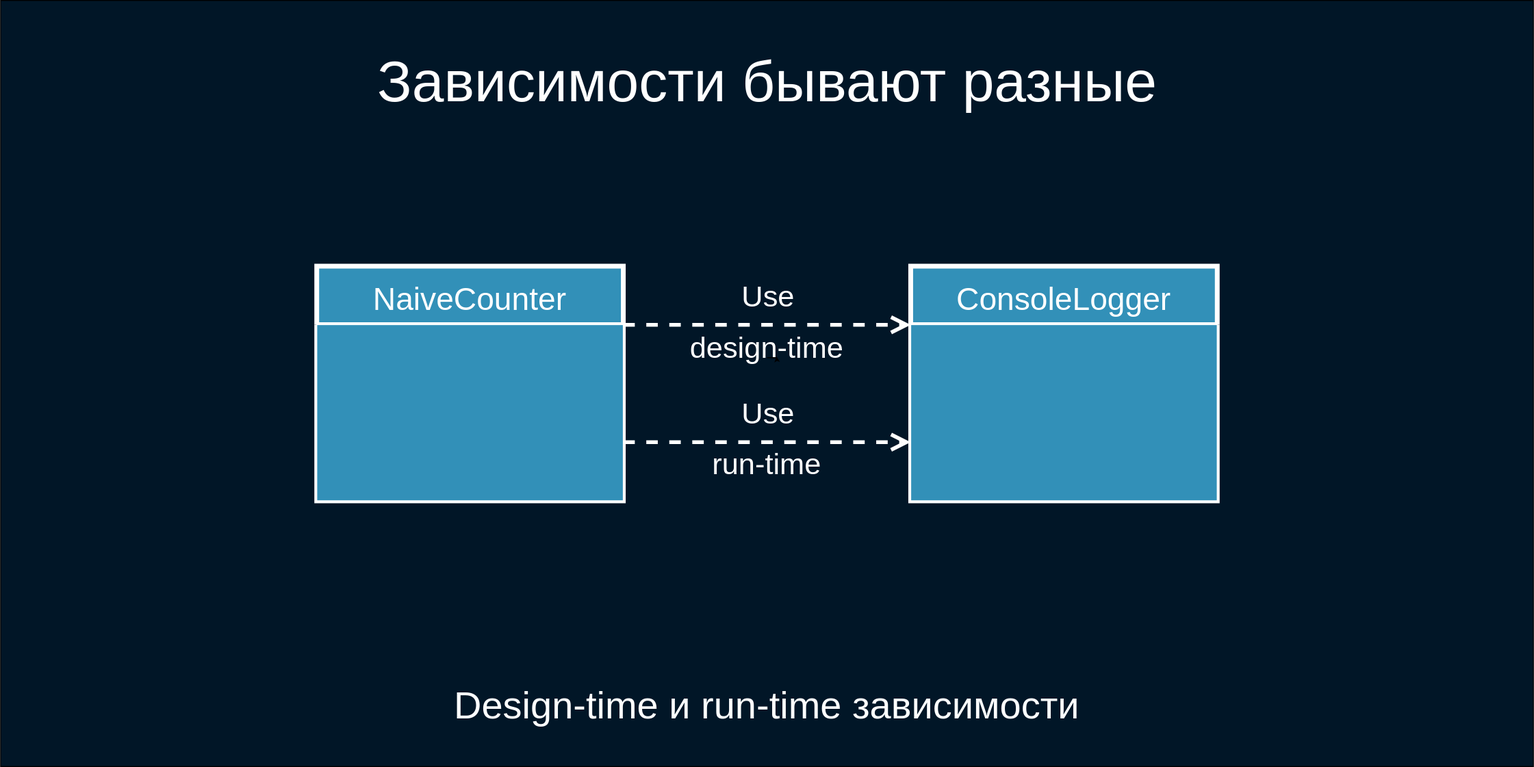
Above: deck/ru/diagrams/naive1.svg in softspiders/dip-in-ca-deck (draw.io), before the change. Source tidied: cells renumbered, new cells last; positions are measured from the earlier drawing's top-left corner, leaving out a move shared by most shapes.
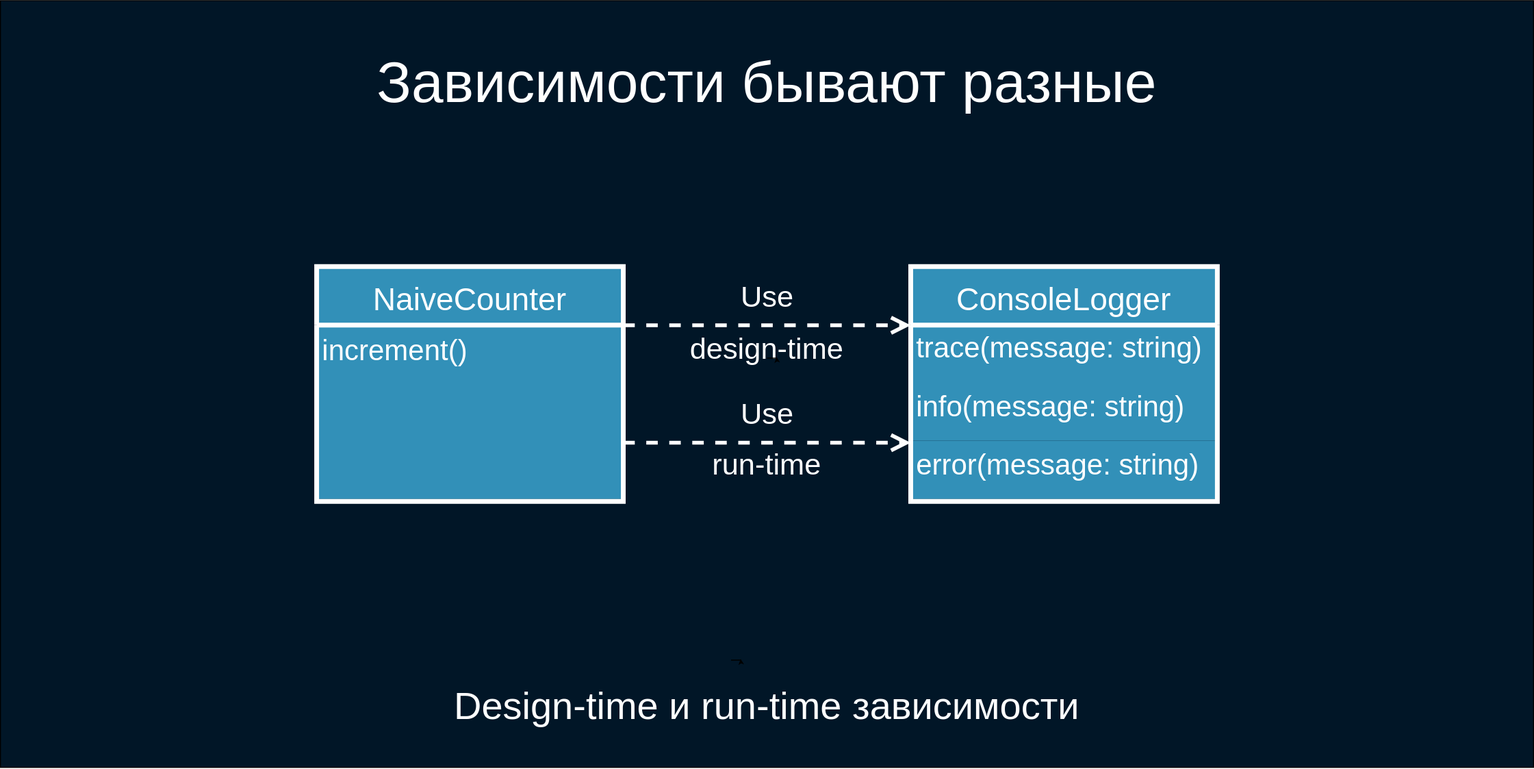
Later version of the same file.

Diff of the diagram source:
```diff
@@ -8,18 +8,6 @@
     <mxCell id="3" value="Use" style="endArrow=open;endSize=12;dashed=1;html=1;fontSize=31;fontColor=#FFFFFF;strokeColor=#FFFFFF;entryX=0;entryY=0.25;entryDx=0;entryDy=0;strokeWidth=4;labelBackgroundColor=none;rounded=0;exitX=1;exitY=0.25;exitDx=0;exitDy=0;" parent="1" edge="1" source="4" target="6">
       <mxGeometry y="30" relative="1" as="geometry" />
     </mxCell>
-    <mxCell id="4" value="NaiveCounter" style="swimlane;fontStyle=0;horizontal=1;startSize=61;fillColor=#3290B8;strokeColor=#FFFFFF;strokeWidth=5;fontSize=33;fontColor=#FFFFFF;" parent="1" vertex="1">
-      <mxGeometry x="330" y="277.5" width="320" height="245" as="geometry" />
-    </mxCell>
-    <mxCell id="5" style="text;strokeColor=#FFFFFF;fillColor=#3290B8;align=left;verticalAlign=top;spacingLeft=4;spacingRight=4;overflow=hidden;strokeWidth=1;" parent="4" vertex="1">
-      <mxGeometry y="61" width="320" height="184" as="geometry" />
-    </mxCell>
-    <mxCell id="6" value="ConsoleLogger" style="swimlane;fontStyle=0;horizontal=1;startSize=61;fillColor=#3290B8;strokeColor=#FFFFFF;strokeWidth=5;fontSize=33;fontColor=#FFFFFF;" parent="1" vertex="1">
-      <mxGeometry x="950" y="277.5" width="320" height="245" as="geometry" />
-    </mxCell>
-    <mxCell id="7" style="text;strokeColor=#FFFFFF;fillColor=#3290B8;align=left;verticalAlign=top;spacingLeft=4;spacingRight=4;overflow=hidden;strokeWidth=1;" parent="6" vertex="1">
-      <mxGeometry y="61" width="320" height="184" as="geometry" />
-    </mxCell>
     <mxCell id="8" value="design-time" style="text;html=1;strokeColor=none;fillColor=none;align=center;verticalAlign=middle;whiteSpace=wrap;rounded=0;fontSize=31;fontColor=#FFFFFF;" parent="1" vertex="1">
       <mxGeometry x="705" y="353" width="190" height="20" as="geometry" />
     </mxCell>
@@ -38,5 +26,29 @@
     <mxCell id="13" value="Design-time и run-time зависимости" style="text;html=1;strokeColor=none;fillColor=none;align=center;verticalAlign=middle;whiteSpace=wrap;rounded=0;fontSize=40;fontColor=#FFFFFF;" parent="1" vertex="1">
       <mxGeometry x="215" y="700" width="1170" height="70" as="geometry" />
     </mxCell>
+    <mxCell id="14" style="edgeStyle=orthogonalEdgeStyle;rounded=0;orthogonalLoop=1;jettySize=auto;html=1;exitX=0.5;exitY=1;exitDx=0;exitDy=0;entryX=0.553;entryY=0.974;entryDx=0;entryDy=0;entryPerimeter=0;fontSize=33;fontColor=#FFFFFF;" parent="1" edge="1">
+      <mxGeometry relative="1" as="geometry">
+        <mxPoint x="762.5" y="688" as="sourcePoint" />
+        <mxPoint x="772.6" y="687.5" as="targetPoint" />
+      </mxGeometry>
+    </mxCell>
+    <mxCell id="15" value="increment()" style="text;strokeColor=none;fillColor=#3290B8;align=left;verticalAlign=top;spacingLeft=4;spacingRight=4;overflow=hidden;fontColor=#FFFFFF;fontSize=30;labelBackgroundColor=none;" parent="1" vertex="1">
+      <mxGeometry x="330" y="340" width="320" height="180" as="geometry" />
+    </mxCell>
+    <mxCell id="16" value="trace(message: string)" style="text;strokeColor=none;fillColor=#3290B8;align=left;verticalAlign=top;spacingLeft=4;spacingRight=4;overflow=hidden;fontColor=#FFFFFF;fontSize=30;labelBackgroundColor=none;" parent="1" vertex="1">
+      <mxGeometry x="950" y="337" width="320" height="61" as="geometry" />
+    </mxCell>
+    <mxCell id="17" value="info(message: string)" style="text;strokeColor=none;fillColor=#3290B8;align=left;verticalAlign=top;spacingLeft=4;spacingRight=4;overflow=hidden;fontColor=#FFFFFF;fontSize=30;labelBackgroundColor=none;" parent="1" vertex="1">
+      <mxGeometry x="950" y="398" width="320" height="61" as="geometry" />
+    </mxCell>
+    <mxCell id="18" value="error(message: string)" style="text;strokeColor=none;fillColor=#3290B8;align=left;verticalAlign=top;spacingLeft=4;spacingRight=4;overflow=hidden;fontColor=#FFFFFF;fontSize=30;labelBackgroundColor=none;" parent="1" vertex="1">
+      <mxGeometry x="950" y="459" width="320" height="61" as="geometry" />
+    </mxCell>
+    <mxCell id="4" value="NaiveCounter" style="swimlane;fontStyle=0;horizontal=1;startSize=61;fillColor=#3290B8;strokeColor=#FFFFFF;strokeWidth=5;fontSize=33;fontColor=#FFFFFF;" parent="1" vertex="1">
+      <mxGeometry x="330" y="277.5" width="320" height="245" as="geometry" />
+    </mxCell>
+    <mxCell id="6" value="ConsoleLogger" style="swimlane;fontStyle=0;horizontal=1;startSize=61;fillColor=#3290B8;strokeColor=#FFFFFF;strokeWidth=5;fontSize=33;fontColor=#FFFFFF;" parent="1" vertex="1">
+      <mxGeometry x="950" y="277.5" width="320" height="245" as="geometry" />
+    </mxCell>
   </root>
 </mxGraphModel>
```
